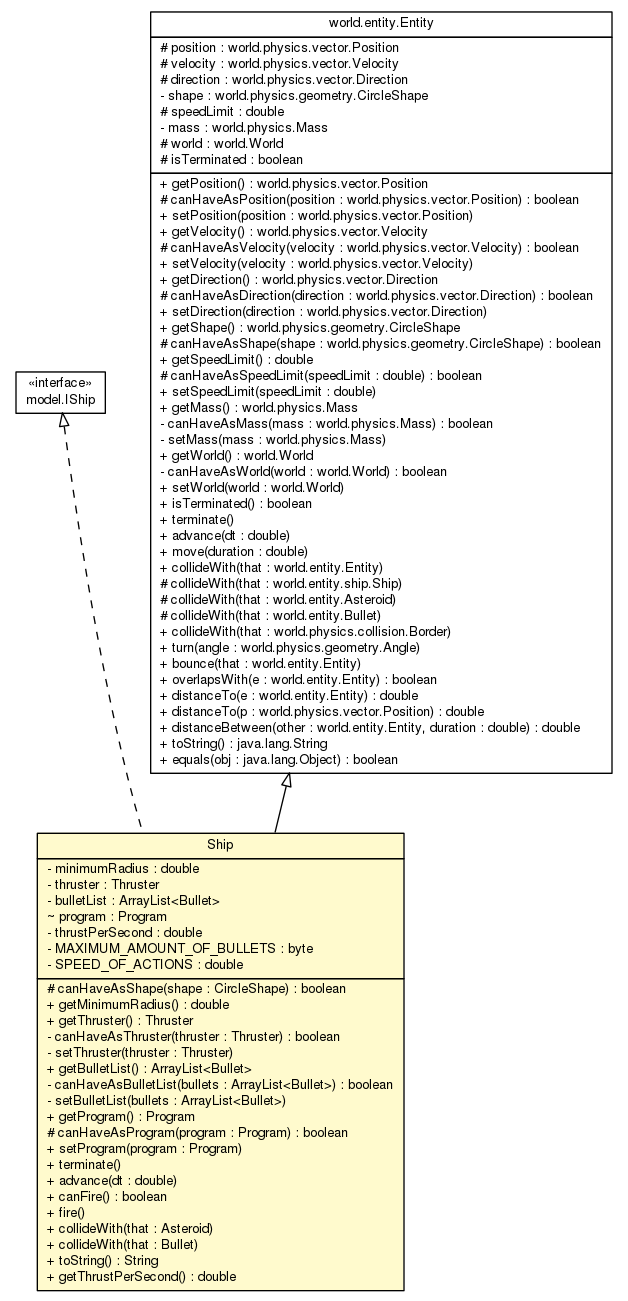
The Graphviz diagram doc/world/entity/ship/Ship.png in sinopeus/asteroids, before a commit. Its source is kept beside it as doc/world/entity/ship/Ship.dot.
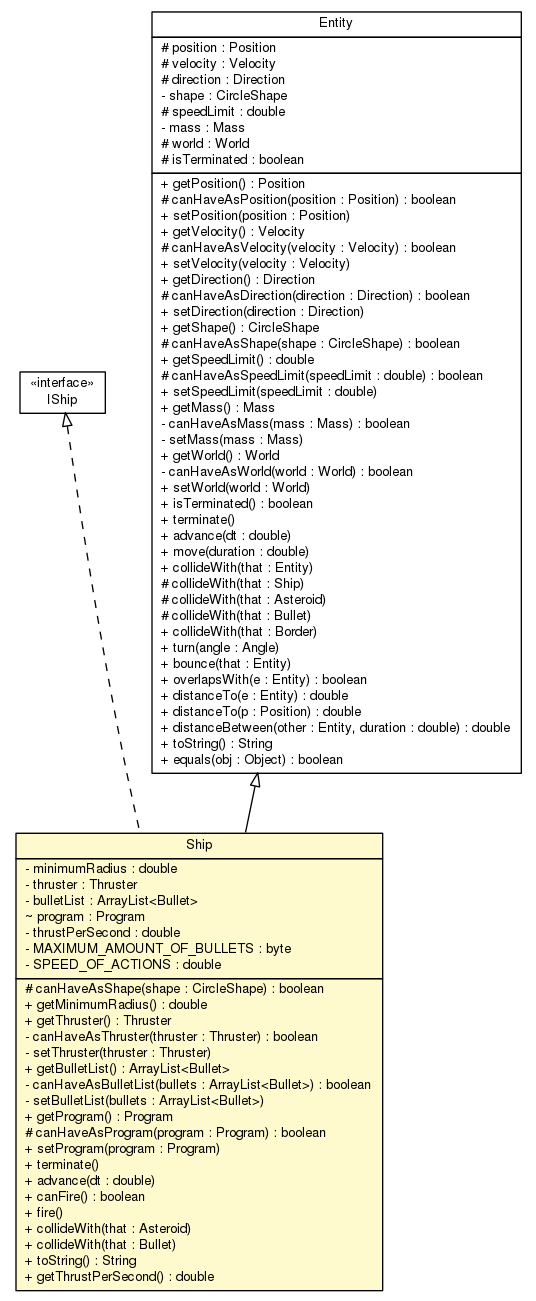
After the change.

Diff of the diagram source:
```diff
@@ -7,61 +7,61 @@
 	c15432 [label=<<table title="model.IShip" border="0" cellborder="1" cellspacing="0" cellpadding="2" port="p" href="../../../model/IShip.html">
 		<tr><td><table border="0" cellspacing="0" cellpadding="1">
 <tr><td align="center" balign="center"> &#171;interface&#187; </td></tr>
-<tr><td align="center" balign="center"> model.IShip </td></tr>
+<tr><td align="center" balign="center"> IShip </td></tr>
 		</table></td></tr>
 		</table>>, URL="../../../model/IShip.html", fontname="Helvetica", fontcolor="black", fontsize=10.0];
 	c15522 [label=<<table title="world.entity.Entity" border="0" cellborder="1" cellspacing="0" cellpadding="2" port="p" href="../Entity.html">
 		<tr><td><table border="0" cellspacing="0" cellpadding="1">
-<tr><td align="center" balign="center"> world.entity.Entity </td></tr>
+<tr><td align="center" balign="center"> Entity </td></tr>
 		</table></td></tr>
 		<tr><td><table border="0" cellspacing="0" cellpadding="1">
-<tr><td align="left" balign="left"> # position : world.physics.vector.Position </td></tr>
-<tr><td align="left" balign="left"> # velocity : world.physics.vector.Velocity </td></tr>
-<tr><td align="left" balign="left"> # direction : world.physics.vector.Direction </td></tr>
-<tr><td align="left" balign="left"> - shape : world.physics.geometry.CircleShape </td></tr>
+<tr><td align="left" balign="left"> # position : Position </td></tr>
+<tr><td align="left" balign="left"> # velocity : Velocity </td></tr>
+<tr><td align="left" balign="left"> # direction : Direction </td></tr>
+<tr><td align="left" balign="left"> - shape : CircleShape </td></tr>
 <tr><td align="left" balign="left"> # speedLimit : double </td></tr>
-<tr><td align="left" balign="left"> - mass : world.physics.Mass </td></tr>
-<tr><td align="left" balign="left"> # world : world.World </td></tr>
+<tr><td align="left" balign="left"> - mass : Mass </td></tr>
+<tr><td align="left" balign="left"> # world : World </td></tr>
 <tr><td align="left" balign="left"> # isTerminated : boolean </td></tr>
 		</table></td></tr>
 		<tr><td><table border="0" cellspacing="0" cellpadding="1">
-<tr><td align="left" balign="left"> + getPosition() : world.physics.vector.Position </td></tr>
-<tr><td align="left" balign="left"> # canHaveAsPosition(position : world.physics.vector.Position) : boolean </td></tr>
-<tr><td align="left" balign="left"> + setPosition(position : world.physics.vector.Position) </td></tr>
-<tr><td align="left" balign="left"> + getVelocity() : world.physics.vector.Velocity </td></tr>
-<tr><td align="left" balign="left"> # canHaveAsVelocity(velocity : world.physics.vector.Velocity) : boolean </td></tr>
-<tr><td align="left" balign="left"> + setVelocity(velocity : world.physics.vector.Velocity) </td></tr>
-<tr><td align="left" balign="left"> + getDirection() : world.physics.vector.Direction </td></tr>
-<tr><td align="left" balign="left"> # canHaveAsDirection(direction : world.physics.vector.Direction) : boolean </td></tr>
-<tr><td align="left" balign="left"> + setDirection(direction : world.physics.vector.Direction) </td></tr>
-<tr><td align="left" balign="left"> + getShape() : world.physics.geometry.CircleShape </td></tr>
-<tr><td align="left" balign="left"> # canHaveAsShape(shape : world.physics.geometry.CircleShape) : boolean </td></tr>
+<tr><td align="left" balign="left"> + getPosition() : Position </td></tr>
+<tr><td align="left" balign="left"> # canHaveAsPosition(position : Position) : boolean </td></tr>
+<tr><td align="left" balign="left"> + setPosition(position : Position) </td></tr>
+<tr><td align="left" balign="left"> + getVelocity() : Velocity </td></tr>
+<tr><td align="left" balign="left"> # canHaveAsVelocity(velocity : Velocity) : boolean </td></tr>
+<tr><td align="left" balign="left"> + setVelocity(velocity : Velocity) </td></tr>
+<tr><td align="left" balign="left"> + getDirection() : Direction </td></tr>
+<tr><td align="left" balign="left"> # canHaveAsDirection(direction : Direction) : boolean </td></tr>
+<tr><td align="left" balign="left"> + setDirection(direction : Direction) </td></tr>
+<tr><td align="left" balign="left"> + getShape() : CircleShape </td></tr>
+<tr><td align="left" balign="left"> # canHaveAsShape(shape : CircleShape) : boolean </td></tr>
 <tr><td align="left" balign="left"> + getSpeedLimit() : double </td></tr>
 <tr><td align="left" balign="left"> # canHaveAsSpeedLimit(speedLimit : double) : boolean </td></tr>
 <tr><td align="left" balign="left"> + setSpeedLimit(speedLimit : double) </td></tr>
-<tr><td align="left" balign="left"> + getMass() : world.physics.Mass </td></tr>
-<tr><td align="left" balign="left"> - canHaveAsMass(mass : world.physics.Mass) : boolean </td></tr>
-<tr><td align="left" balign="left"> - setMass(mass : world.physics.Mass) </td></tr>
-<tr><td align="left" balign="left"> + getWorld() : world.World </td></tr>
-<tr><td align="left" balign="left"> - canHaveAsWorld(world : world.World) : boolean </td></tr>
-<tr><td align="left" balign="left"> + setWorld(world : world.World) </td></tr>
+<tr><td align="left" balign="left"> + getMass() : Mass </td></tr>
+<tr><td align="left" balign="left"> - canHaveAsMass(mass : Mass) : boolean </td></tr>
+<tr><td align="left" balign="left"> - setMass(mass : Mass) </td></tr>
+<tr><td align="left" balign="left"> + getWorld() : World </td></tr>
+<tr><td align="left" balign="left"> - canHaveAsWorld(world : World) : boolean </td></tr>
+<tr><td align="left" balign="left"> + setWorld(world : World) </td></tr>
 <tr><td align="left" balign="left"> + isTerminated() : boolean </td></tr>
 <tr><td align="left" balign="left"> + terminate() </td></tr>
 <tr><td align="left" balign="left"> + advance(dt : double) </td></tr>
 <tr><td align="left" balign="left"> + move(duration : double) </td></tr>
-<tr><td align="left" balign="left"> + collideWith(that : world.entity.Entity) </td></tr>
-<tr><td align="left" balign="left"> # collideWith(that : world.entity.ship.Ship) </td></tr>
-<tr><td align="left" balign="left"> # collideWith(that : world.entity.Asteroid) </td></tr>
-<tr><td align="left" balign="left"> # collideWith(that : world.entity.Bullet) </td></tr>
-<tr><td align="left" balign="left"> + collideWith(that : world.physics.collision.Border) </td></tr>
-<tr><td align="left" balign="left"> + turn(angle : world.physics.geometry.Angle) </td></tr>
-<tr><td align="left" balign="left"> + bounce(that : world.entity.Entity) </td></tr>
-<tr><td align="left" balign="left"> + overlapsWith(e : world.entity.Entity) : boolean </td></tr>
-<tr><td align="left" balign="left"> + distanceTo(e : world.entity.Entity) : double </td></tr>
-<tr><td align="left" balign="left"> + distanceTo(p : world.physics.vector.Position) : double </td></tr>
-<tr><td align="left" balign="left"> + distanceBetween(other : world.entity.Entity, duration : double) : double </td></tr>
-<tr><td align="left" balign="left"> + toString() : java.lang.String </td></tr>
-<tr><td align="left" balign="left"> + equals(obj : java.lang.Object) : boolean </td></tr>
+<tr><td align="left" balign="left"> + collideWith(that : Entity) </td></tr>
+<tr><td align="left" balign="left"> # collideWith(that : Ship) </td></tr>
+<tr><td align="left" balign="left"> # collideWith(that : Asteroid) </td></tr>
+<tr><td align="left" balign="left"> # collideWith(that : Bullet) </td></tr>
+<tr><td align="left" balign="left"> + collideWith(that : Border) </td></tr>
+<tr><td align="left" balign="left"> + turn(angle : Angle) </td></tr>
+<tr><td align="left" balign="left"> + bounce(that : Entity) </td></tr>
+<tr><td align="left" balign="left"> + overlapsWith(e : Entity) : boolean </td></tr>
+<tr><td align="left" balign="left"> + distanceTo(e : Entity) : double </td></tr>
+<tr><td align="left" balign="left"> + distanceTo(p : Position) : double </td></tr>
+<tr><td align="left" balign="left"> + distanceBetween(other : Entity, duration : double) : double </td></tr>
+<tr><td align="left" balign="left"> + toString() : String </td></tr>
+<tr><td align="left" balign="left"> + equals(obj : Object) : boolean </td></tr>
 		</table></td></tr>
 		</table>>, URL="../Entity.html", fontname="Helvetica", fontcolor="black", fontsize=10.0];
 	c15525 [label=<<table title="world.entity.ship.Ship" border="0" cellborder="1" cellspacing="0" cellpadding="2" port="p" bgcolor="lemonChiffon" href="./Ship.html">
```
